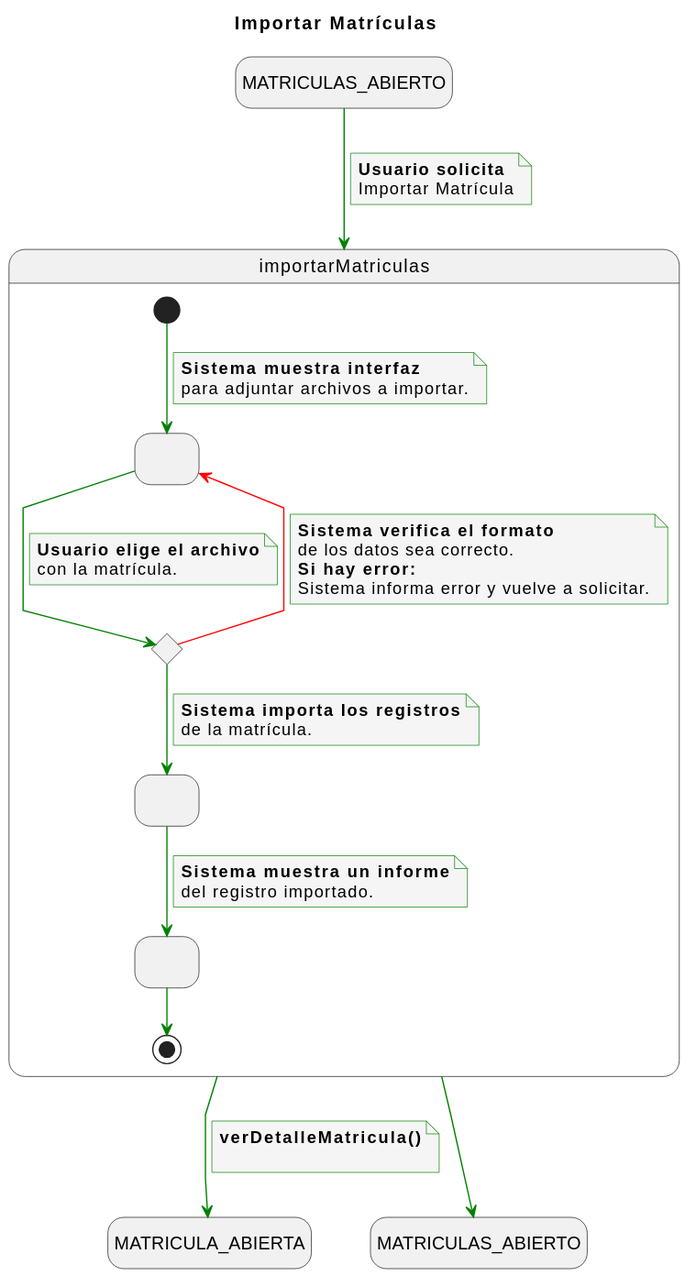
Above: documents/CasosDeUso/DetalladoCasosDeUso/Secretaria/importarMatriculas.svg in enmabry/25-26-IdSw1-SdR (PlantUML), before the change.
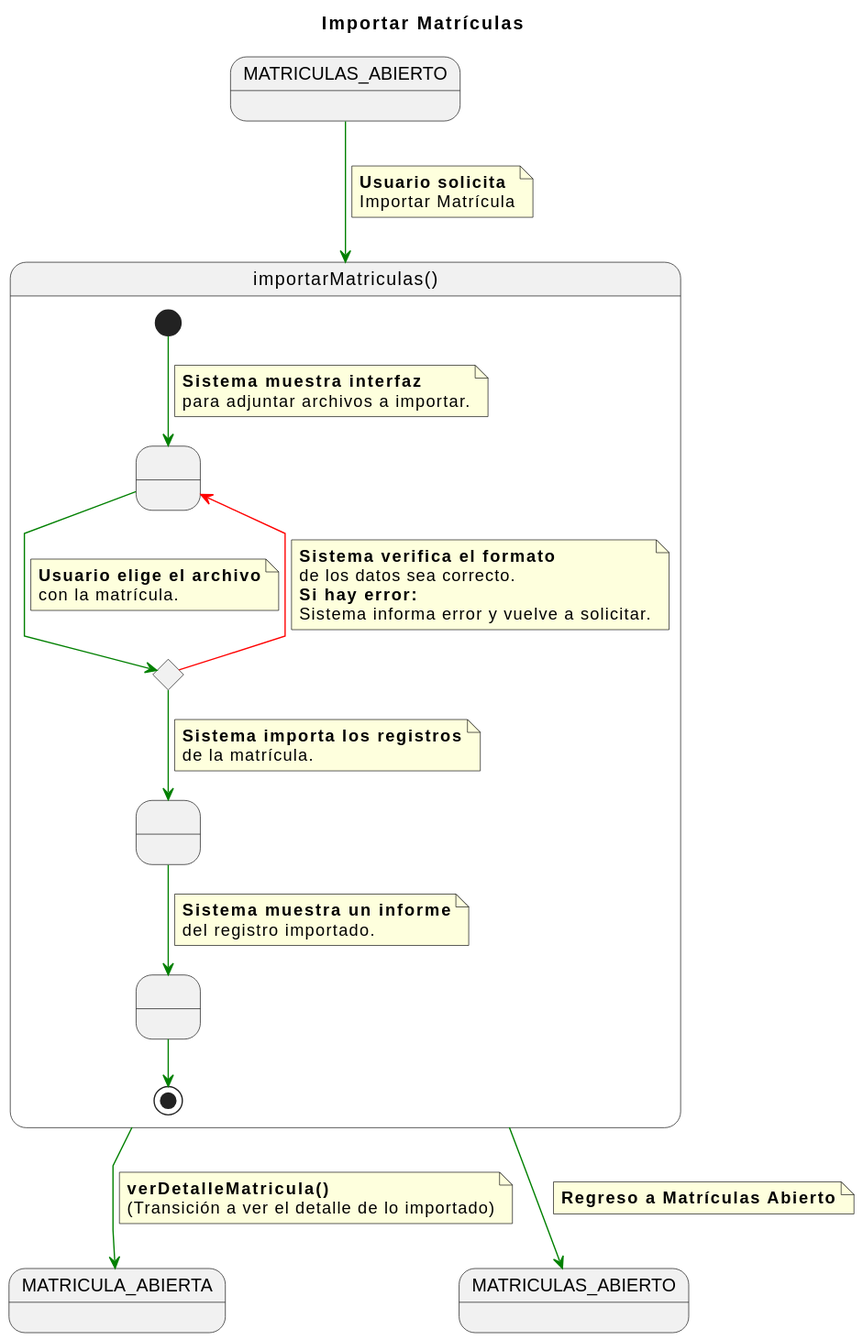
After the commit.

What changed in the source:
```diff
@@ -1,37 +1,31 @@
 @startuml
 title Importar Matrículas
 
-
-skinparam {
-    NoteBackgroundColor #whiteSmoke
-    ArrowColor #green
-    NoteBorderColor #green
-    linetype polyline
-}
-
-hide empty description
+skinparam linetype polyline
 
 state startState as "MATRICULAS_ABIERTO"
 state endState1 as "MATRICULA_ABIERTA"
 state endState2 as "MATRICULAS_ABIERTO"
 
-startState --> importarMatriculas
+startState -[#green]-> importarMatriculas
 note on link
     <b>Usuario solicita</b>
     Importar Matrícula
 end note
 
-state importarMatriculas {
+state importarMatriculas as "importarMatriculas()" {
     state SolicitudArchivo as " "
     state ValidarFormato <<choice>>
+    state ImportarRegistros as " "
+    state MostrarInforme as " "
 
-    [*] --> SolicitudArchivo
+    [*] -[#green]-> SolicitudArchivo
     note on link
         <b>Sistema muestra interfaz</b>
         para adjuntar archivos a importar.
     end note
 
-    SolicitudArchivo --> ValidarFormato
+    SolicitudArchivo -[#green]-> ValidarFormato
     note on link
         <b>Usuario elige el archivo</b>
         con la matrícula.
@@ -45,31 +39,32 @@
         Sistema informa error y vuelve a solicitar.
     end note
 
-    ValidarFormato --> ImportarRegistros
+    ValidarFormato -[#green]-> ImportarRegistros
 
-    state ImportarRegistros as " "
     note on link
         <b>Sistema importa los registros</b>
         de la matrícula.
     end note
 
-    ImportarRegistros --> MostrarInforme
+    ImportarRegistros -[#green]-> MostrarInforme
 
-    state MostrarInforme as " "
     note on link
         <b>Sistema muestra un informe</b>
         del registro importado.
     end note
 
-    MostrarInforme --> [*]
+    MostrarInforme -[#green]-> [*]
 }
 
 
-importarMatriculas --> endState1
+importarMatriculas -[#green]-> endState1
 note on link
     <b>verDetalleMatricula()</b>
-
+    (Transición a ver el detalle de lo importado)
 end note
 
-importarMatriculas --> endState2
+importarMatriculas -[#green]-> endState2
+note on link
+    <b>Regreso a Matrículas Abierto</b>
+end note
 @enduml
```
